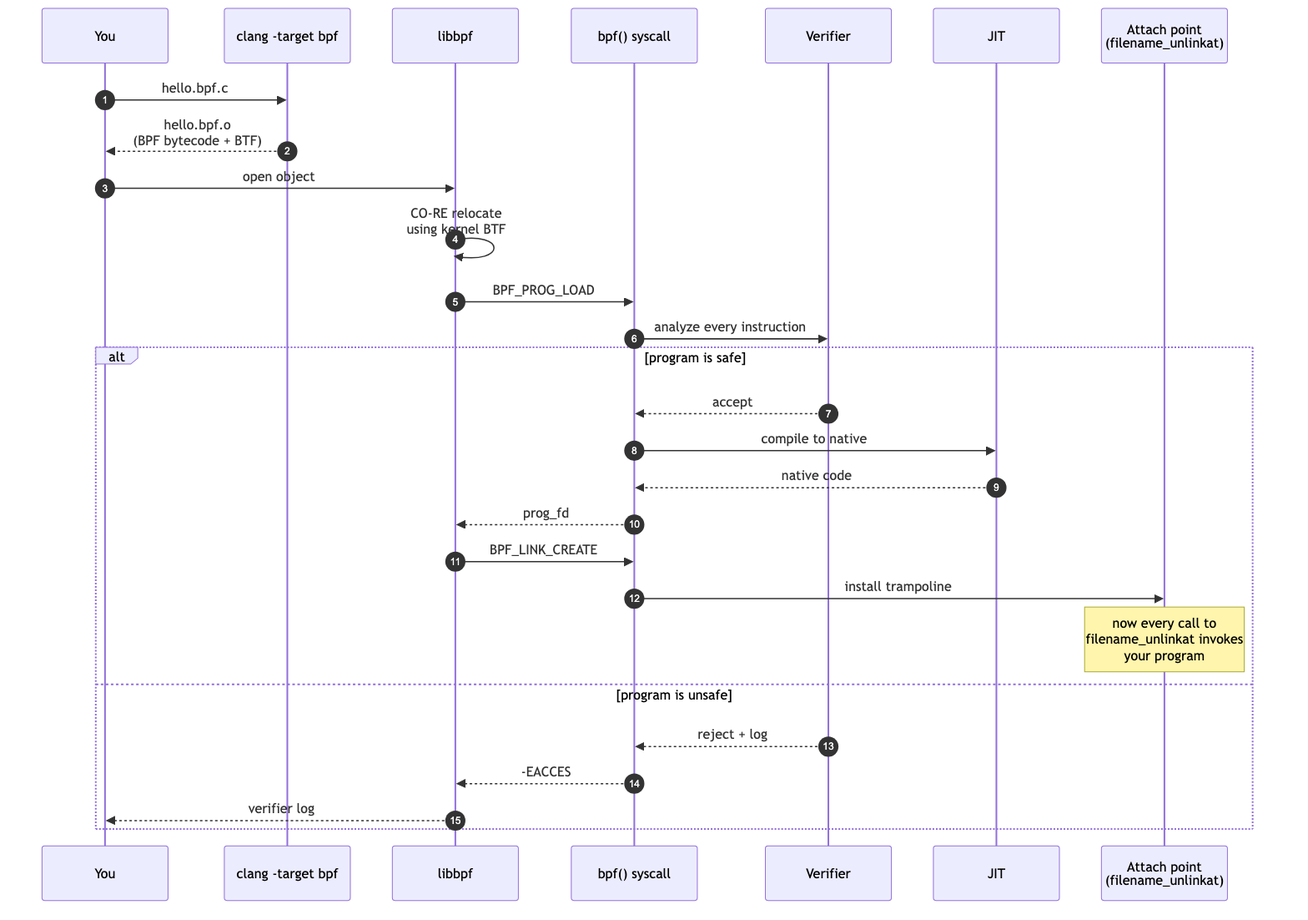
The Mermaid diagram ebpf/src/diagrams/day01_lifecycle.png in biefy/books, before a commit. Its source is kept beside it as ebpf/src/diagrams/src/day01_lifecycle.mmd.
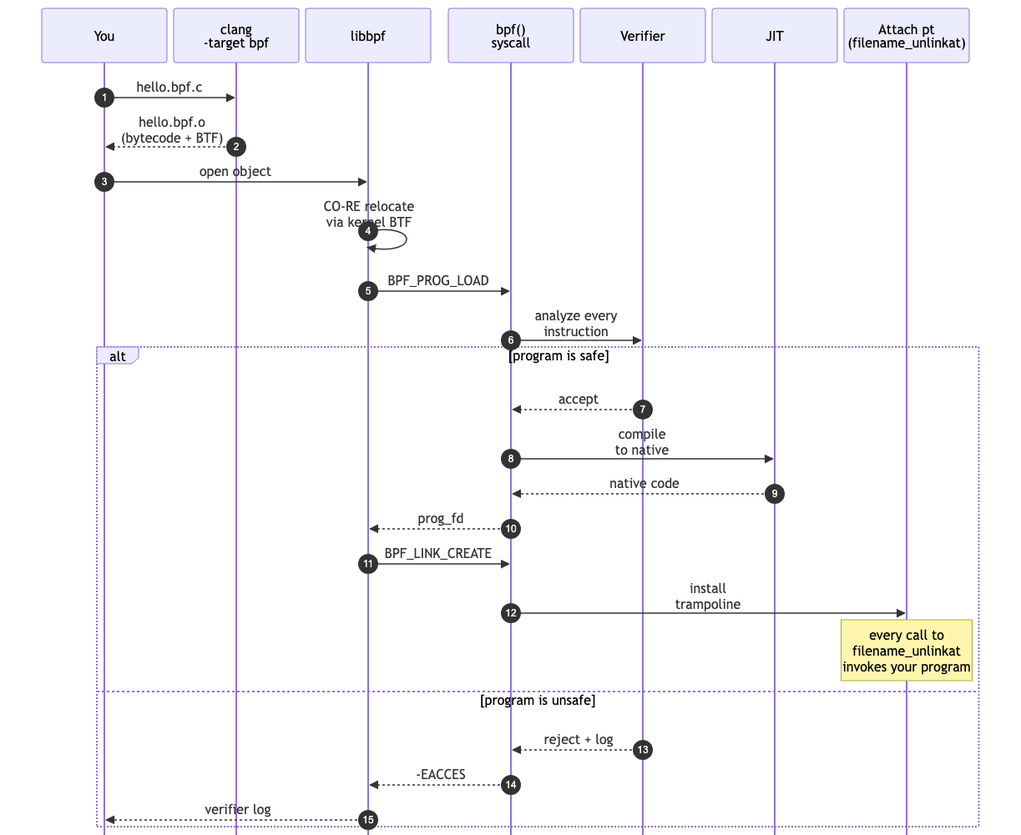
Later version of the same file.

The edit, as a diff of the source:
```diff
@@ -1,27 +1,28 @@
+%%{init: {"sequence": {"useMaxWidth": false, "actorMargin": 8, "messageMargin": 24, "boxMargin": 8, "noteMargin": 8, "mirrorActors": false}}}%%
 sequenceDiagram
     autonumber
     participant DEV as You
-    participant CC as clang -target bpf
+    participant CC as clang<br/>-target bpf
     participant LB as libbpf
-    participant SC as bpf() syscall
+    participant SC as bpf()<br/>syscall
     participant VER as Verifier
     participant JIT as JIT
-    participant ATT as Attach point<br/>(filename_unlinkat)
+    participant ATT as Attach pt<br/>(filename_unlinkat)
 
     DEV->>CC: hello.bpf.c
-    CC-->>DEV: hello.bpf.o<br/>(BPF bytecode + BTF)
+    CC-->>DEV: hello.bpf.o<br/>(bytecode + BTF)
     DEV->>LB: open object
-    LB->>LB: CO-RE relocate<br/>using kernel BTF
+    LB->>LB: CO-RE relocate<br/>via kernel BTF
     LB->>SC: BPF_PROG_LOAD
-    SC->>VER: analyze every instruction
+    SC->>VER: analyze every<br/>instruction
     alt program is safe
         VER-->>SC: accept
-        SC->>JIT: compile to native
+        SC->>JIT: compile<br/>to native
         JIT-->>SC: native code
         SC-->>LB: prog_fd
         LB->>SC: BPF_LINK_CREATE
-        SC->>ATT: install trampoline
-        Note over ATT: now every call to<br/>filename_unlinkat invokes<br/>your program
+        SC->>ATT: install<br/>trampoline
+        Note over ATT: every call to<br/>filename_unlinkat<br/>invokes your program
     else program is unsafe
         VER-->>SC: reject + log
         SC-->>LB: -EACCES
```
